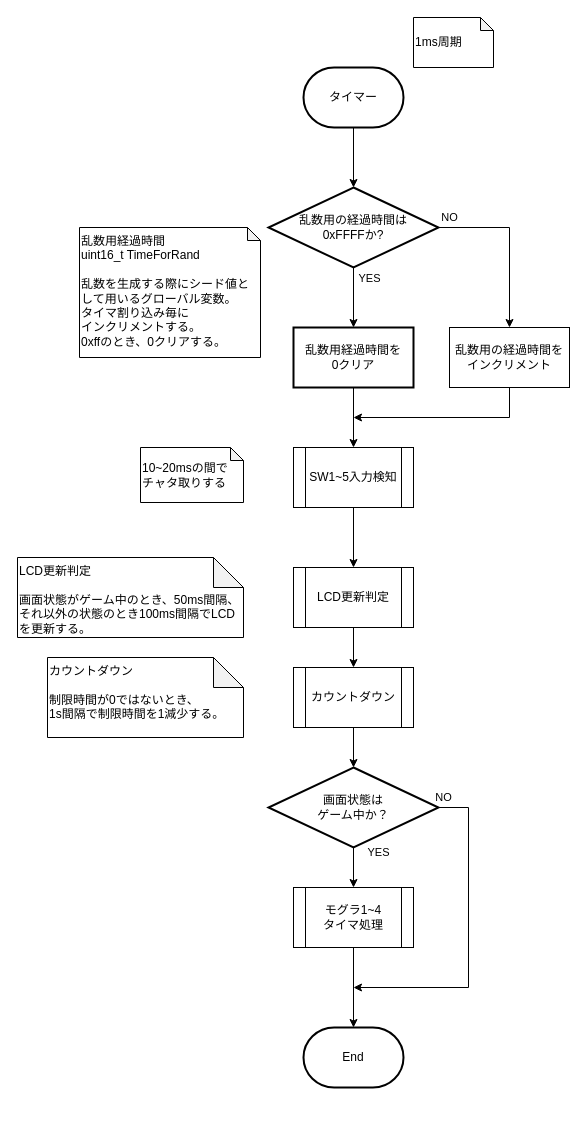
Before: page "タイマ割り込み" (1 of 5) of 資料/設計書/フローチャート/モグラ叩き_フローチャート_割り込み.drawio in hakohumi/comp.train.whack-a-mole, a draw.io diagram. Source tidied: cells renumbered, new cells numbered last; positions are measured from the earlier drawing's top-left corner, leaving out a move shared by most shapes. Both pictures are drawn from the tidied source at 100%, with x=0, y=0 at pixel (17, 17).
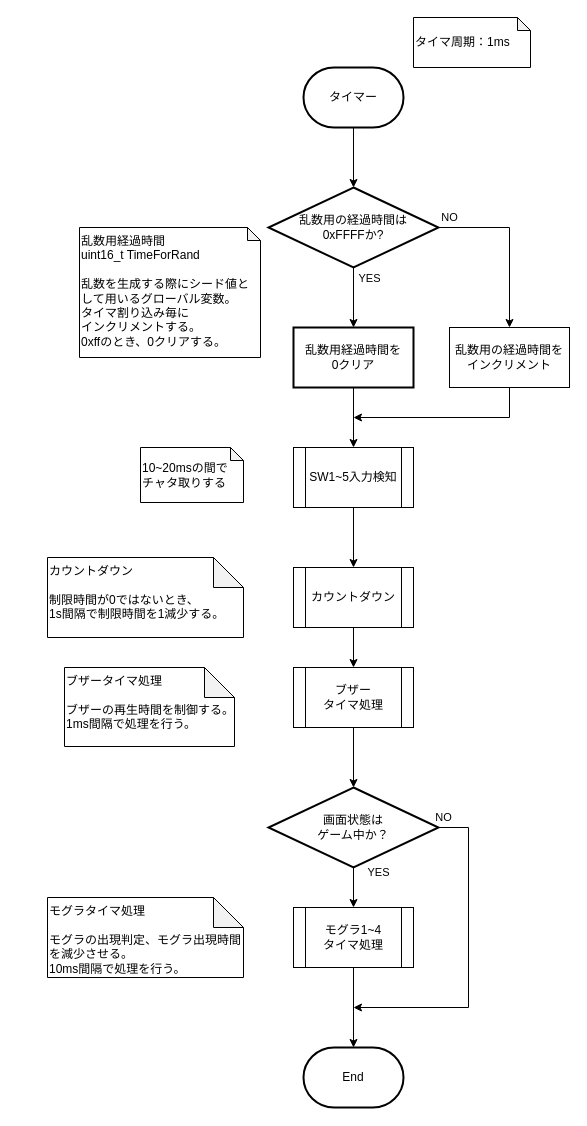
After the change.

The change refers to these unchanged cells:
```xml
<mxCell id="3" value="SW1~5入力検知" style="shape=process;whiteSpace=wrap;html=1;backgroundOutline=1;" parent="1" vertex="1">
  <mxGeometry x="276" y="430" width="120" height="60" as="geometry" />
</mxCell>
```

Diff of the diagram source:
```diff
@@
-    <mxCell id="2" style="edgeStyle=orthogonalEdgeStyle;rounded=0;jettySize=auto;html=1;exitX=0.5;exitY=1;exitDx=0;exitDy=0;entryX=0.5;entryY=0;entryDx=0;entryDy=0;" parent="1" edge="1" source="3" target="11">
+    <mxCell id="2" style="edgeStyle=orthogonalEdgeStyle;rounded=0;jettySize=auto;html=1;exitX=0.5;exitY=1;exitDx=0;exitDy=0;entryX=0.5;entryY=0;entryDx=0;entryDy=0;" parent="1" edge="1" source="3" target="13">
       <mxGeometry relative="1" as="geometry" />
     </mxCell>
@@
-    <mxCell id="4" value="1ms周期" style="shape=note;whiteSpace=wrap;html=1;backgroundOutline=1;darkOpacity=0.05;align=left;size=13;" parent="1" vertex="1">
-      <mxGeometry x="396" width="80" height="50" as="geometry" />
+    <mxCell id="4" value="タイマ周期：1ms" style="shape=note;whiteSpace=wrap;html=1;backgroundOutline=1;darkOpacity=0.05;align=left;size=13;" parent="1" vertex="1">
+      <mxGeometry x="396" width="117" height="50" as="geometry" />
     </mxCell>
     <mxCell id="5" value="End" style="strokeWidth=2;html=1;shape=mxgraph.flowchart.terminator;whiteSpace=wrap;" parent="1" vertex="1">
-      <mxGeometry x="286" y="1010" width="100" height="60" as="geometry" />
+      <mxGeometry x="286" y="1030" width="100" height="60" as="geometry" />
     </mxCell>
     <mxCell id="6" value="カウントダウン&lt;br&gt;&lt;br&gt;制限時間が0ではないとき、&lt;br&gt;1s間隔で制限時間を1減少する。" style="shape=note;whiteSpace=wrap;html=1;backgroundOutline=1;darkOpacity=0.05;align=left;verticalAlign=top;" parent="1" vertex="1">
-      <mxGeometry x="30" y="640" width="196" height="80" as="geometry" />
+      <mxGeometry x="30" y="540" width="196" height="80" as="geometry" />
     </mxCell>
@@
     <mxCell id="8" value="NO" style="edgeStyle=orthogonalEdgeStyle;rounded=0;jettySize=auto;html=1;exitX=1;exitY=0.5;exitDx=0;exitDy=0;" parent="1" edge="1" source="9">
       <mxGeometry x="-0.97" y="10" relative="1" as="geometry">
-        <mxPoint x="336" y="970" as="targetPoint" />
+        <mxPoint x="336" y="990" as="targetPoint" />
         <Array as="points">
-          <mxPoint x="451" y="790" />
-          <mxPoint x="451" y="970" />
-          <mxPoint x="336" y="970" />
+          <mxPoint x="451" y="810" />
+          <mxPoint x="451" y="990" />
+          <mxPoint x="336" y="990" />
         </Array>
       </mxGeometry>
     </mxCell>
     <mxCell id="9" value="画面状態は&lt;br&gt;ゲーム中か？" style="rhombus;whiteSpace=wrap;html=1;strokeWidth=2;" parent="1" vertex="1">
-      <mxGeometry x="251" y="750" width="170" height="80" as="geometry" />
+      <mxGeometry x="251" y="770" width="170" height="80" as="geometry" />
     </mxCell>
-    <mxCell id="10" style="edgeStyle=orthogonalEdgeStyle;rounded=0;jettySize=auto;html=1;" parent="1" edge="1" source="11" target="13">
-      <mxGeometry relative="1" as="geometry" />
-    </mxCell>
-    <mxCell id="11" value="LCD更新判定" style="shape=process;whiteSpace=wrap;html=1;backgroundOutline=1;" parent="1" vertex="1">
-      <mxGeometry x="276" y="550" width="120" height="60" as="geometry" />
-    </mxCell>
-    <mxCell id="12" style="edgeStyle=orthogonalEdgeStyle;rounded=0;jettySize=auto;html=1;" parent="1" edge="1" source="13" target="9">
+    <mxCell id="12" style="edgeStyle=orthogonalEdgeStyle;rounded=0;jettySize=auto;html=1;" parent="1" edge="1" source="30" target="9">
       <mxGeometry relative="1" as="geometry" />
     </mxCell>
+    <mxCell id="28" style="edgeStyle=orthogonalEdgeStyle;rounded=0;jettySize=auto;html=1;" parent="1" edge="1" source="13" target="30">
+      <mxGeometry relative="1" as="geometry" />
+    </mxCell>
     <mxCell id="13" value="カウントダウン" style="shape=process;whiteSpace=wrap;html=1;backgroundOutline=1;" parent="1" vertex="1">
-      <mxGeometry x="276" y="650" width="120" height="60" as="geometry" />
+      <mxGeometry x="276" y="550" width="120" height="60" as="geometry" />
     </mxCell>
-    <mxCell id="14" value="LCD更新判定&lt;br&gt;&lt;br&gt;画面状態がゲーム中のとき、50ms間隔、それ以外の状態のとき100ms間隔でLCDを更新する。" style="shape=note;whiteSpace=wrap;html=1;backgroundOutline=1;darkOpacity=0.05;align=left;verticalAlign=top;" parent="1" vertex="1">
-      <mxGeometry y="540" width="226" height="80" as="geometry" />
-    </mxCell>
     <mxCell id="15" value="モグラ1~4&lt;br&gt;タイマ処理" style="shape=process;whiteSpace=wrap;html=1;backgroundOutline=1;" parent="1" vertex="1">
-      <mxGeometry x="276" y="870" width="120" height="60" as="geometry" />
+      <mxGeometry x="276" y="890" width="120" height="60" as="geometry" />
     </mxCell>
@@
+    <mxCell id="29" value="モグラタイマ処理&lt;br&gt;&lt;br&gt;モグラの出現判定、モグラ出現時間を減少させる。&lt;br&gt;10ms間隔で処理を行う。" style="shape=note;whiteSpace=wrap;html=1;backgroundOutline=1;darkOpacity=0.05;align=left;verticalAlign=top;" parent="1" vertex="1">
+      <mxGeometry x="30" y="880" width="196" height="80" as="geometry" />
+    </mxCell>
+    <mxCell id="30" value="ブザー&lt;br&gt;タイマ処理" style="shape=process;whiteSpace=wrap;html=1;backgroundOutline=1;" parent="1" vertex="1">
+      <mxGeometry x="276" y="650" width="120" height="60" as="geometry" />
+    </mxCell>
+    <mxCell id="31" value="ブザータイマ処理&lt;br&gt;&lt;br&gt;ブザーの再生時間を制御する。&lt;br&gt;1ms間隔で処理を行う。" style="shape=note;whiteSpace=wrap;html=1;backgroundOutline=1;darkOpacity=0.05;align=left;verticalAlign=top;" parent="1" vertex="1">
+      <mxGeometry x="47" y="650" width="170" height="79" as="geometry" />
+    </mxCell>
```
